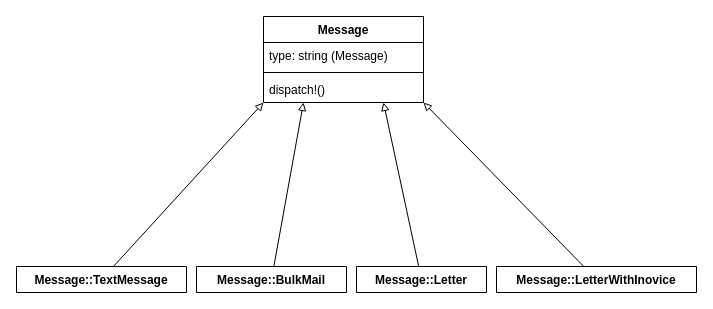
hitobito/hitobito keeps this draw.io diagram as page "Message Typen" (3 of 3) of doc/architecture/diagrams/modules/messages.drawio. Above is the earlier version. Source tidied: cells renumbered, new cells numbered last; positions are measured from the earlier drawing's top-left corner, leaving out a move shared by most shapes. Both pictures are drawn from the tidied source at 100%, with x=0, y=0 at pixel (16, 16).
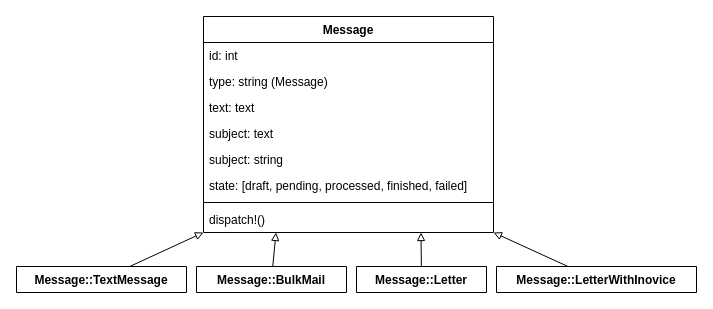
The same page after the edit.

What changed in the source:
```diff
@@
 <mxGraphModel>
   <root>
     <mxCell id="0" />
     <mxCell id="1" parent="0" />
     <mxCell id="2" value="Message" style="swimlane;fontStyle=1;align=center;verticalAlign=top;horizontal=1;startSize=26;" parent="1" vertex="1">
-      <mxGeometry x="247" width="160" height="86" as="geometry" />
+      <mxGeometry x="187" width="290" height="216" as="geometry" />
     </mxCell>
+    <mxCell id="14" value="id: int" style="text;strokeColor=none;fillColor=none;align=left;verticalAlign=top;spacingLeft=4;spacingRight=4;overflow=hidden;" parent="2" vertex="1">
+      <mxGeometry y="26" width="290" height="26" as="geometry" />
+    </mxCell>
     <mxCell id="3" value="type: string (Message)" style="text;strokeColor=none;fillColor=none;align=left;verticalAlign=top;spacingLeft=4;spacingRight=4;overflow=hidden;" parent="2" vertex="1">
-      <mxGeometry y="26" width="160" height="26" as="geometry" />
+      <mxGeometry y="52" width="290" height="26" as="geometry" />
     </mxCell>
+    <mxCell id="15" value="text: text " style="text;strokeColor=none;fillColor=none;align=left;verticalAlign=top;spacingLeft=4;spacingRight=4;overflow=hidden;" parent="2" vertex="1">
+      <mxGeometry y="78" width="290" height="26" as="geometry" />
+    </mxCell>
+    <mxCell id="16" value="subject: text" style="text;strokeColor=none;fillColor=none;align=left;verticalAlign=top;spacingLeft=4;spacingRight=4;overflow=hidden;" parent="2" vertex="1">
+      <mxGeometry y="104" width="290" height="26" as="geometry" />
+    </mxCell>
+    <mxCell id="17" value="subject: string" style="text;strokeColor=none;fillColor=none;align=left;verticalAlign=top;spacingLeft=4;spacingRight=4;overflow=hidden;" parent="2" vertex="1">
+      <mxGeometry y="130" width="290" height="26" as="geometry" />
+    </mxCell>
+    <mxCell id="18" value="state: [draft, pending, processed, finished, failed]" style="text;strokeColor=none;fillColor=none;align=left;verticalAlign=top;spacingLeft=4;spacingRight=4;overflow=hidden;" parent="2" vertex="1">
+      <mxGeometry y="156" width="290" height="26" as="geometry" />
+    </mxCell>
     <mxCell id="4" style="line;strokeWidth=1;fillColor=none;align=left;verticalAlign=middle;spacingTop=-1;spacingLeft=3;spacingRight=3;labelPosition=right;" parent="2" vertex="1">
-      <mxGeometry y="52" width="160" height="8" as="geometry" />
+      <mxGeometry y="182" width="290" height="8" as="geometry" />
     </mxCell>
     <mxCell id="5" value="dispatch!()" style="text;strokeColor=none;fillColor=none;align=left;verticalAlign=top;spacingLeft=4;spacingRight=4;overflow=hidden;" parent="2" vertex="1">
-      <mxGeometry y="60" width="160" height="26" as="geometry" />
+      <mxGeometry y="190" width="290" height="26" as="geometry" />
     </mxCell>
     <mxCell id="6" style="edgeStyle=none;rounded=0;jettySize=auto;html=1;entryX=0.75;entryY=1;entryDx=0;entryDy=0;endArrow=block;endFill=0;" parent="1" edge="1" source="7" target="2">
       <mxGeometry relative="1" as="geometry" />
     </mxCell>
     <mxCell id="7" value="Message::Letter" style="swimlane;fontStyle=1;align=center;verticalAlign=top;horizontal=1;startSize=26;" parent="1" vertex="1" collapsed="1">
       <mxGeometry x="340" y="250" width="130" height="26" as="geometry" />
     </mxCell>
     <mxCell id="8" style="edgeStyle=none;rounded=0;jettySize=auto;html=1;entryX=0.25;entryY=1;entryDx=0;entryDy=0;endArrow=block;endFill=0;" parent="1" edge="1" source="9" target="2">
       <mxGeometry relative="1" as="geometry" />
     </mxCell>
     <mxCell id="9" value="Message::BulkMail" style="swimlane;fontStyle=1;align=center;verticalAlign=top;horizontal=1;startSize=26;" parent="1" vertex="1" collapsed="1">
       <mxGeometry x="180" y="250" width="150" height="26" as="geometry" />
     </mxCell>
     <mxCell id="10" style="rounded=0;jettySize=auto;html=1;entryX=0;entryY=1;entryDx=0;entryDy=0;endArrow=block;endFill=0;" parent="1" edge="1" source="11" target="2">
       <mxGeometry relative="1" as="geometry" />
     </mxCell>
     <mxCell id="11" value="Message::TextMessage" style="swimlane;fontStyle=1;align=center;verticalAlign=top;horizontal=1;startSize=26;" parent="1" vertex="1" collapsed="1">
       <mxGeometry y="250" width="170" height="26" as="geometry" />
     </mxCell>
     <mxCell id="12" style="edgeStyle=none;rounded=0;jettySize=auto;html=1;entryX=1;entryY=1;entryDx=0;entryDy=0;endArrow=block;endFill=0;" parent="1" edge="1" source="13" target="2">
       <mxGeometry relative="1" as="geometry" />
     </mxCell>
     <mxCell id="13" value="Message::LetterWithInovice" style="swimlane;fontStyle=1;align=center;verticalAlign=top;horizontal=1;startSize=26;" parent="1" vertex="1" collapsed="1">
       <mxGeometry x="480" y="250" width="200" height="26" as="geometry" />
     </mxCell>
   </root>
 </mxGraphModel>
```
